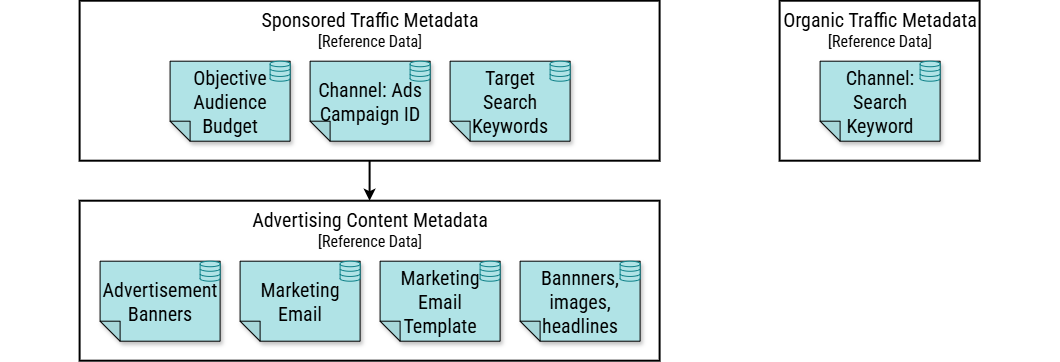
This is chapter-08/figure-8.03.drawio.png from software-architecture-guild/modeling-software-architecture, a draw.io export, as it was before one commit. Source tidied: cells renumbered, new cells last; positions are measured from the earlier drawing's top-left corner, leaving out a move shared by most shapes.
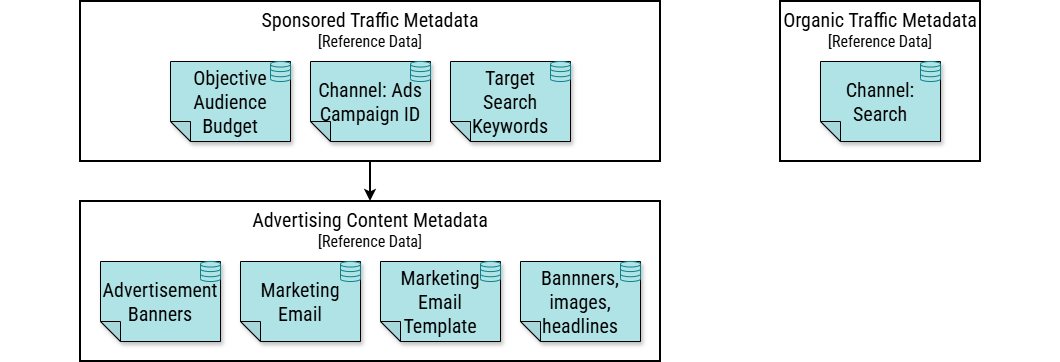
Later version of the same file.

Commit message:
chapter 8: fixed google search and ads

Diff of the diagram source:
```diff
@@ -32,7 +32,7 @@
     <mxCell id="11" value="Target&#10;Search Keywords" style="shape=note;whiteSpace=wrap;backgroundOutline=1;darkOpacity=0.05;fillColor=#b0e3e6;strokeColor=#000000;fillStyle=solid;direction=west;gradientDirection=north;shadow=1;size=20;fontFamily=Roboto Condensed;fontSource=https%3A%2F%2Ffonts.googleapis.com%2Fcss%3Ffamily%3DRoboto%2BCondensed;fontSize=20;" parent="1" vertex="1">
       <mxGeometry x="450" y="60" width="120" height="80" as="geometry" />
     </mxCell>
-    <mxCell id="12" value="Channel: Search&#10;Keyword" style="shape=note;whiteSpace=wrap;backgroundOutline=1;darkOpacity=0.05;fillColor=#b0e3e6;strokeColor=#000000;fillStyle=solid;direction=west;gradientDirection=north;shadow=1;size=20;fontFamily=Roboto Condensed;fontSource=https%3A%2F%2Ffonts.googleapis.com%2Fcss%3Ffamily%3DRoboto%2BCondensed;fontSize=20;" parent="1" vertex="1">
+    <mxCell id="12" value="Channel: Search" style="shape=note;whiteSpace=wrap;backgroundOutline=1;darkOpacity=0.05;fillColor=#b0e3e6;strokeColor=#000000;fillStyle=solid;direction=west;gradientDirection=north;shadow=1;size=20;fontFamily=Roboto Condensed;fontSource=https%3A%2F%2Ffonts.googleapis.com%2Fcss%3Ffamily%3DRoboto%2BCondensed;fontSize=20;" parent="1" vertex="1">
       <mxGeometry x="820" y="60" width="120" height="80" as="geometry" />
     </mxCell>
     <mxCell id="13" style="verticalLabelPosition=bottom;align=center;labelBackgroundColor=#ffffff;verticalAlign=top;strokeWidth=1;shadow=0;dashed=0;shape=mxgraph.ios7.icons.data;fillColor=#b0e3e6;strokeColor=#0e8088;fontFamily=Roboto Condensed;fontSource=https%3A%2F%2Ffonts.googleapis.com%2Fcss%3Ffamily%3DRoboto%2BCondensed;fontSize=20;fontColor=#000000;" parent="1" vertex="1">
```
